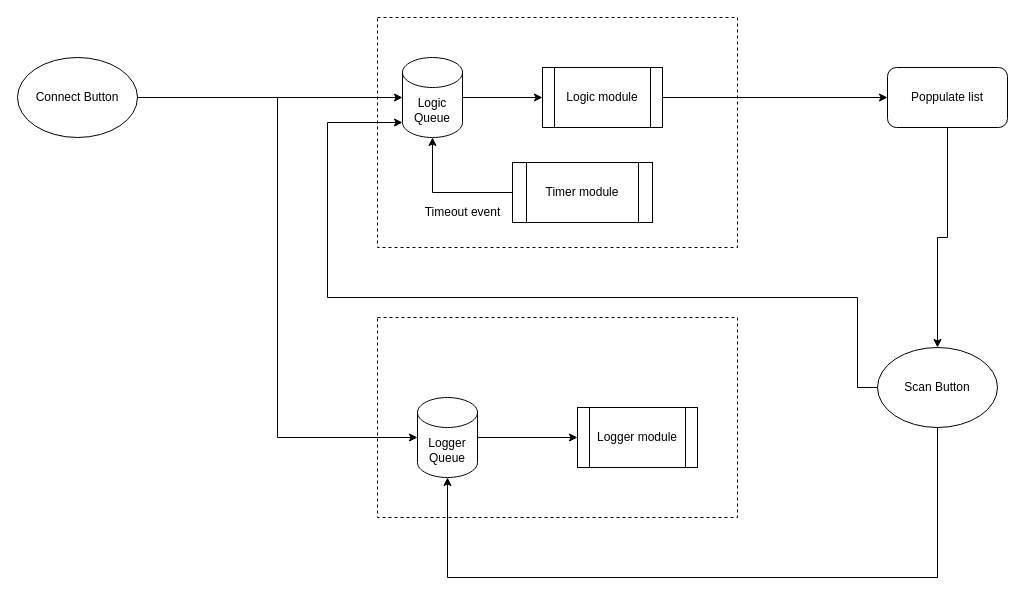
arjun1299/PancreasGUI keeps this draw.io diagram as ConnectTab.drawio. Above is the earlier version. Source tidied: cells renumbered, new cells numbered last; positions are measured from the earlier drawing's top-left corner, leaving out a move shared by most shapes. Both pictures are drawn from the tidied source at 100%, with x=0, y=0 at pixel (17, 17).
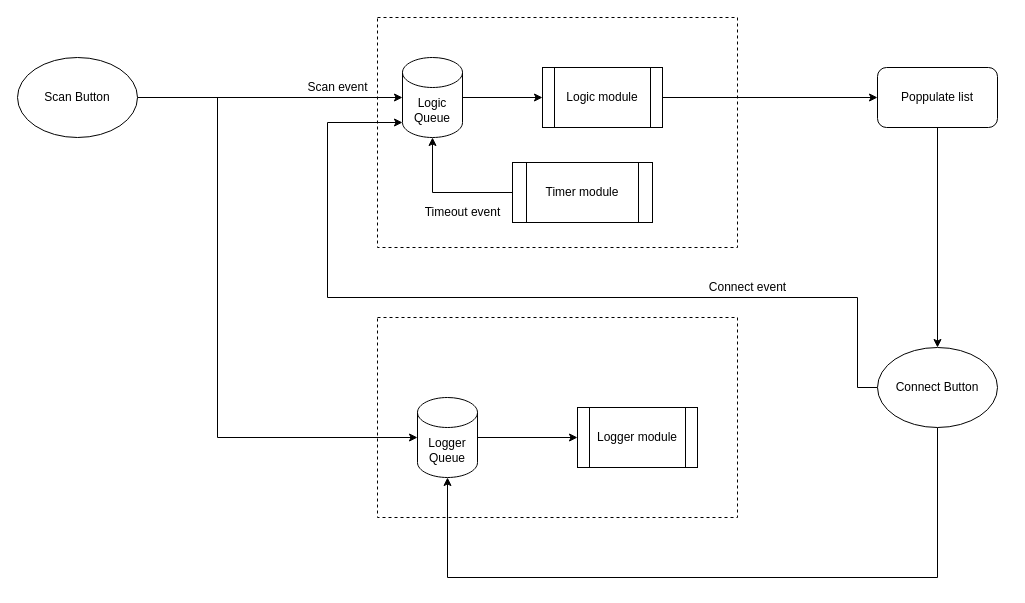
The same page after the edit.

Unchanged cells that the change refers to:
```xml
<mxCell id="5" value="Logger Queue" style="shape=cylinder3;whiteSpace=wrap;html=1;boundedLbl=1;backgroundOutline=1;size=15;" parent="1" vertex="1">
  <mxGeometry x="400" y="380" width="60" height="80" as="geometry" />
</mxCell>
```

Diff of the diagram source:
```diff
@@
     <mxCell id="15" style="edgeStyle=orthogonalEdgeStyle;rounded=0;jettySize=auto;html=1;exitX=1;exitY=0.5;exitDx=0;exitDy=0;entryX=0;entryY=0.5;entryDx=0;entryDy=0;entryPerimeter=0;" parent="1" edge="1" source="16" target="5">
-      <mxGeometry relative="1" as="geometry" />
+      <mxGeometry relative="1" as="geometry">
+        <Array as="points">
+          <mxPoint x="200" y="80" />
+          <mxPoint x="200" y="420" />
+        </Array>
+      </mxGeometry>
     </mxCell>
-    <mxCell id="16" value="Connect Button" style="ellipse;whiteSpace=wrap;html=1;" parent="1" vertex="1">
+    <mxCell id="16" value="Scan Button" style="ellipse;whiteSpace=wrap;html=1;" parent="1" vertex="1">
       <mxGeometry y="40" width="120" height="80" as="geometry" />
     </mxCell>
@@
-    <mxCell id="19" value="Scan Button" style="ellipse;whiteSpace=wrap;html=1;" parent="1" vertex="1">
+    <mxCell id="19" value="Connect Button" style="ellipse;whiteSpace=wrap;html=1;" parent="1" vertex="1">
       <mxGeometry x="860" y="330" width="120" height="80" as="geometry" />
     </mxCell>
@@
     <mxCell id="21" value="Poppulate list" style="rounded=1;whiteSpace=wrap;html=1;" parent="1" vertex="1">
-      <mxGeometry x="870" y="50" width="120" height="60" as="geometry" />
+      <mxGeometry x="860" y="50" width="120" height="60" as="geometry" />
     </mxCell>
+    <mxCell id="22" value="Connect event" style="text;html=1;align=center;verticalAlign=middle;" parent="1" vertex="1">
+      <mxGeometry x="685" y="260" width="90" height="20" as="geometry" />
+    </mxCell>
+    <mxCell id="23" value="Scan event" style="text;html=1;align=center;verticalAlign=middle;" parent="1" vertex="1">
+      <mxGeometry x="280" y="60" width="80" height="20" as="geometry" />
+    </mxCell>
```
